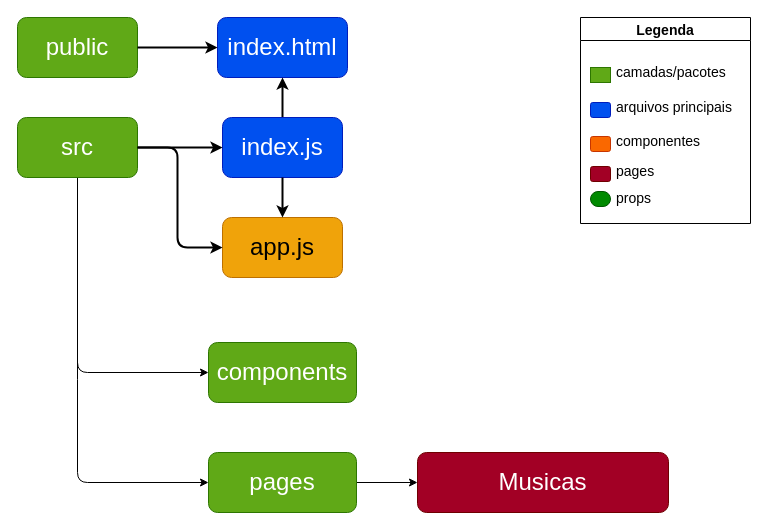
Before: diagrama.drawio in reisrb/music-box-ads-a, a draw.io diagram. Source tidied: cells renumbered, new cells numbered last; positions are measured from the earlier drawing's top-left corner, leaving out a move shared by most shapes. Both pictures are drawn from the tidied source at 100%, with x=0, y=0 at pixel (17, 17).
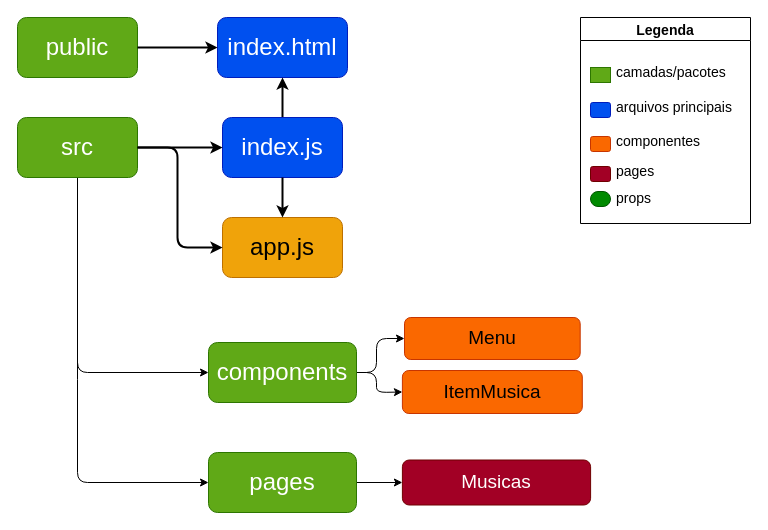
The same diagram, later.

Commit message:
Atualizando diagrama do projeto

Unchanged cells that the change refers to:
```xml
<mxCell id="27" value="components" style="rounded=1;whiteSpace=wrap;html=1;fillColor=#60a917;fontColor=#ffffff;strokeColor=#2D7600;fontSize=24;" parent="1" vertex="1">
  <mxGeometry x="191" y="325" width="148" height="60" as="geometry" />
</mxCell>
```

The edit, as a diff of the source:
```diff
@@
+    <mxCell id="29" style="edgeStyle=none;html=1;entryX=0;entryY=0.5;entryDx=0;entryDy=0;fontSize=24;" parent="1" edge="1" source="27" target="31">
+      <mxGeometry relative="1" as="geometry">
+        <Array as="points">
+          <mxPoint x="359" y="355" />
+          <mxPoint x="359" y="321" />
+        </Array>
+      </mxGeometry>
+    </mxCell>
+    <mxCell id="30" style="edgeStyle=none;html=1;entryX=0;entryY=0.5;entryDx=0;entryDy=0;fontSize=24;" parent="1" edge="1" source="27" target="32">
+      <mxGeometry relative="1" as="geometry">
+        <Array as="points">
+          <mxPoint x="359" y="355" />
+          <mxPoint x="359" y="375" />
+        </Array>
+      </mxGeometry>
+    </mxCell>
@@
-    <mxCell id="28" value="&lt;span&gt;Musicas&lt;/span&gt;" style="rounded=1;whiteSpace=wrap;html=1;fillColor=#a20025;fontColor=#ffffff;strokeColor=#6F0000;fontSize=24;" parent="1" vertex="1">
-      <mxGeometry x="400" y="435" width="251" height="60" as="geometry" />
+    <mxCell id="28" value="&lt;span style=&quot;font-size: 19px;&quot;&gt;Musicas&lt;/span&gt;" style="rounded=1;whiteSpace=wrap;html=1;fillColor=#a20025;fontColor=#ffffff;strokeColor=#6F0000;fontSize=19;" parent="1" vertex="1">
+      <mxGeometry x="384.9" y="442.5" width="188.2" height="45" as="geometry" />
     </mxCell>
+    <mxCell id="31" value="&lt;span style=&quot;font-size: 19px;&quot;&gt;&lt;font style=&quot;font-size: 19px;&quot;&gt;Menu&lt;/font&gt;&lt;/span&gt;" style="rounded=1;whiteSpace=wrap;html=1;fillColor=#fa6800;fontColor=#000000;strokeColor=#C73500;fontSize=19;" parent="1" vertex="1">
+      <mxGeometry x="387" y="300" width="175.7" height="42" as="geometry" />
+    </mxCell>
+    <mxCell id="32" value="&lt;span style=&quot;font-size: 19px;&quot;&gt;ItemMusica&lt;/span&gt;" style="rounded=1;whiteSpace=wrap;html=1;fillColor=#fa6800;fontColor=#000000;strokeColor=#C73500;fontSize=19;" parent="1" vertex="1">
+      <mxGeometry x="384.9" y="353" width="179.9" height="43" as="geometry" />
+    </mxCell>
```
